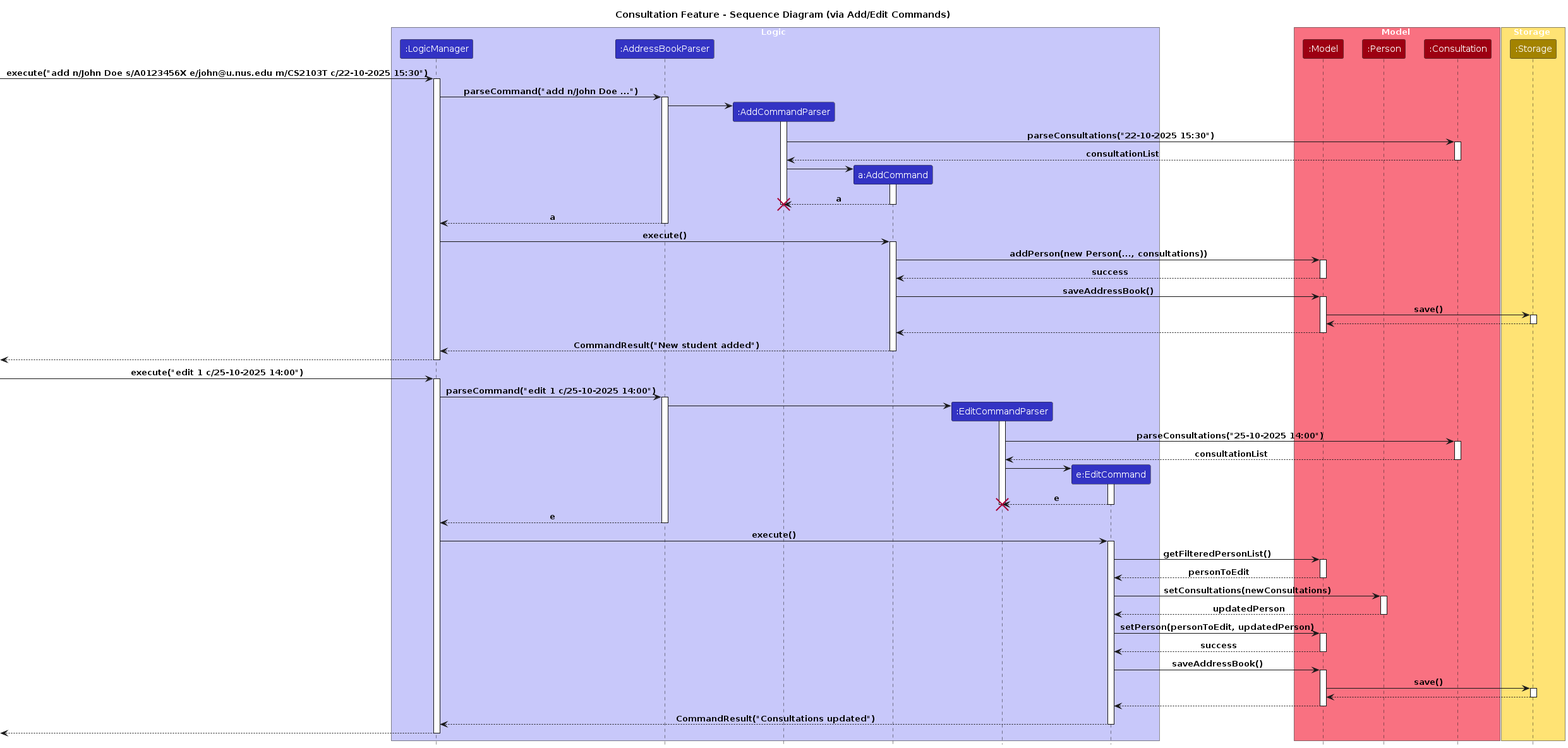
Before: diagrams/ConsultationSequenceDiagram.png, a diagram exported from PlantUML (jing-xiang-choong/tp). Its source is kept beside it as diagrams/ConsultationSequenceDiagram.puml. The source it was exported from:
```plantuml
@startuml
!include style.puml

title Consultation Feature - Sequence Diagram (via Add/Edit Commands)

box Logic LOGIC_COLOR_T1
participant ":LogicManager" as LogicManager LOGIC_COLOR
participant ":AddressBookParser" as AddressBookParser LOGIC_COLOR
participant ":AddCommandParser" as AddCommandParser LOGIC_COLOR
participant "a:AddCommand" as AddCommand LOGIC_COLOR
participant ":EditCommandParser" as EditCommandParser LOGIC_COLOR
participant "e:EditCommand" as EditCommand LOGIC_COLOR
end box

box Model MODEL_COLOR_T1
participant ":Model" as Model MODEL_COLOR
participant ":Person" as Person MODEL_COLOR
participant ":Consultation" as Consultation MODEL_COLOR
end box

box Storage STORAGE_COLOR_T1
participant ":Storage" as Storage STORAGE_COLOR
end box


[-> LogicManager : execute("add n/John Doe s/A0123456X e/john@u.nus.edu m/CS2103T c/22-10-2025 15:30")
activate LogicManager

LogicManager -> AddressBookParser : parseCommand("add n/John Doe ...")
activate AddressBookParser

create AddCommandParser
AddressBookParser -> AddCommandParser
activate AddCommandParser

AddCommandParser -> Consultation : parseConsultations("22-10-2025 15:30")
activate Consultation
Consultation --> AddCommandParser : consultationList
deactivate Consultation

create AddCommand
AddCommandParser -> AddCommand
activate AddCommand

AddCommand --> AddCommandParser : a
deactivate AddCommand
destroy AddCommandParser

AddressBookParser --> LogicManager : a
deactivate AddressBookParser

LogicManager -> AddCommand : execute()
activate AddCommand

AddCommand -> Model : addPerson(new Person(..., consultations))
activate Model
Model --> AddCommand : success
deactivate Model

AddCommand -> Model : saveAddressBook()
activate Model
Model -> Storage : save()
activate Storage
Storage --> Model
deactivate Storage
Model --> AddCommand
deactivate Model

AddCommand --> LogicManager : CommandResult("New student added")
deactivate AddCommand

[<-- LogicManager
deactivate LogicManager


[-> LogicManager : execute("edit 1 c/25-10-2025 14:00")
activate LogicManager

LogicManager -> AddressBookParser : parseCommand("edit 1 c/25-10-2025 14:00")
activate AddressBookParser

create EditCommandParser
AddressBookParser -> EditCommandParser
activate EditCommandParser

EditCommandParser -> Consultation : parseConsultations("25-10-2025 14:00")
activate Consultation
Consultation --> EditCommandParser : consultationList
deactivate Consultation

create EditCommand
EditCommandParser -> EditCommand
activate EditCommand

EditCommand --> EditCommandParser : e
deactivate EditCommand
destroy EditCommandParser

AddressBookParser --> LogicManager : e
deactivate AddressBookParser

LogicManager -> EditCommand : execute()
activate EditCommand

EditCommand -> Model : getFilteredPersonList()
activate Model
Model --> EditCommand : personToEdit
deactivate Model

EditCommand -> Person : setConsultations(newConsultations)
activate Person
Person --> EditCommand : updatedPerson
deactivate Person

EditCommand -> Model : setPerson(personToEdit, updatedPerson)
activate Model
Model --> EditCommand : success
deactivate Model

EditCommand -> Model : saveAddressBook()
activate Model
Model -> Storage : save()
activate Storage
Storage --> Model
deactivate Storage
Model --> EditCommand
deactivate Model

EditCommand --> LogicManager : CommandResult("Consultations updated")
deactivate EditCommand

[<-- LogicManager
deactivate LogicManager
@enduml
```
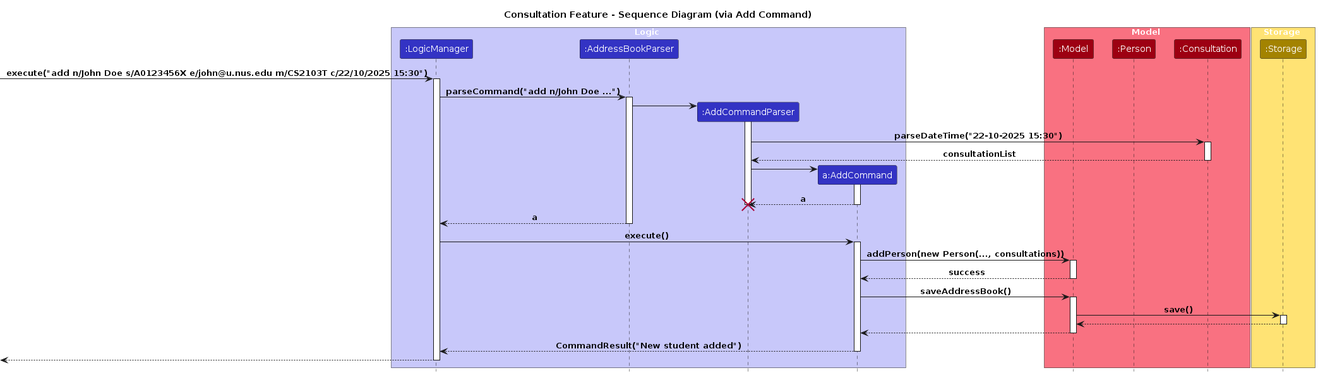
Later version of the same file.

Diff of the diagram source:
```diff
@@ -1,15 +1,13 @@
 @startuml
 !include style.puml
 
-title Consultation Feature - Sequence Diagram (via Add/Edit Commands)
+title Consultation Feature - Sequence Diagram (via Add Command)
 
 box Logic LOGIC_COLOR_T1
 participant ":LogicManager" as LogicManager LOGIC_COLOR
 participant ":AddressBookParser" as AddressBookParser LOGIC_COLOR
 participant ":AddCommandParser" as AddCommandParser LOGIC_COLOR
 participant "a:AddCommand" as AddCommand LOGIC_COLOR
-participant ":EditCommandParser" as EditCommandParser LOGIC_COLOR
-participant "e:EditCommand" as EditCommand LOGIC_COLOR
 end box
 
 box Model MODEL_COLOR_T1
@@ -23,7 +21,7 @@
 end box
 
 
-[-> LogicManager : execute("add n/John Doe s/A0123456X e/john@u.nus.edu m/CS2103T c/22-10-2025 15:30")
+[-> LogicManager : execute("add n/John Doe s/A0123456X e/john@u.nus.edu m/CS2103T c/22/10/2025 15:30")
 activate LogicManager
 
 LogicManager -> AddressBookParser : parseCommand("add n/John Doe ...")
@@ -33,7 +31,7 @@
 AddressBookParser -> AddCommandParser
 activate AddCommandParser
 
-AddCommandParser -> Consultation : parseConsultations("22-10-2025 15:30")
+AddCommandParser -> Consultation : parseDateTime("22-10-2025 15:30")
 activate Consultation
 Consultation --> AddCommandParser : consultationList
 deactivate Consultation
@@ -72,63 +70,4 @@
 [<-- LogicManager
 deactivate LogicManager
 
-
-[-> LogicManager : execute("edit 1 c/25-10-2025 14:00")
-activate LogicManager
-
-LogicManager -> AddressBookParser : parseCommand("edit 1 c/25-10-2025 14:00")
-activate AddressBookParser
-
-create EditCommandParser
-AddressBookParser -> EditCommandParser
-activate EditCommandParser
-
-EditCommandParser -> Consultation : parseConsultations("25-10-2025 14:00")
-activate Consultation
-Consultation --> EditCommandParser : consultationList
-deactivate Consultation
-
-create EditCommand
-EditCommandParser -> EditCommand
-activate EditCommand
-
-EditCommand --> EditCommandParser : e
-deactivate EditCommand
-destroy EditCommandParser
-
-AddressBookParser --> LogicManager : e
-deactivate AddressBookParser
-
-LogicManager -> EditCommand : execute()
-activate EditCommand
-
-EditCommand -> Model : getFilteredPersonList()
-activate Model
-Model --> EditCommand : personToEdit
-deactivate Model
-
-EditCommand -> Person : setConsultations(newConsultations)
-activate Person
-Person --> EditCommand : updatedPerson
-deactivate Person
-
-EditCommand -> Model : setPerson(personToEdit, updatedPerson)
-activate Model
-Model --> EditCommand : success
-deactivate Model
-
-EditCommand -> Model : saveAddressBook()
-activate Model
-Model -> Storage : save()
-activate Storage
-Storage --> Model
-deactivate Storage
-Model --> EditCommand
-deactivate Model
-
-EditCommand --> LogicManager : CommandResult("Consultations updated")
-deactivate EditCommand
-
-[<-- LogicManager
-deactivate LogicManager
 @enduml
```
